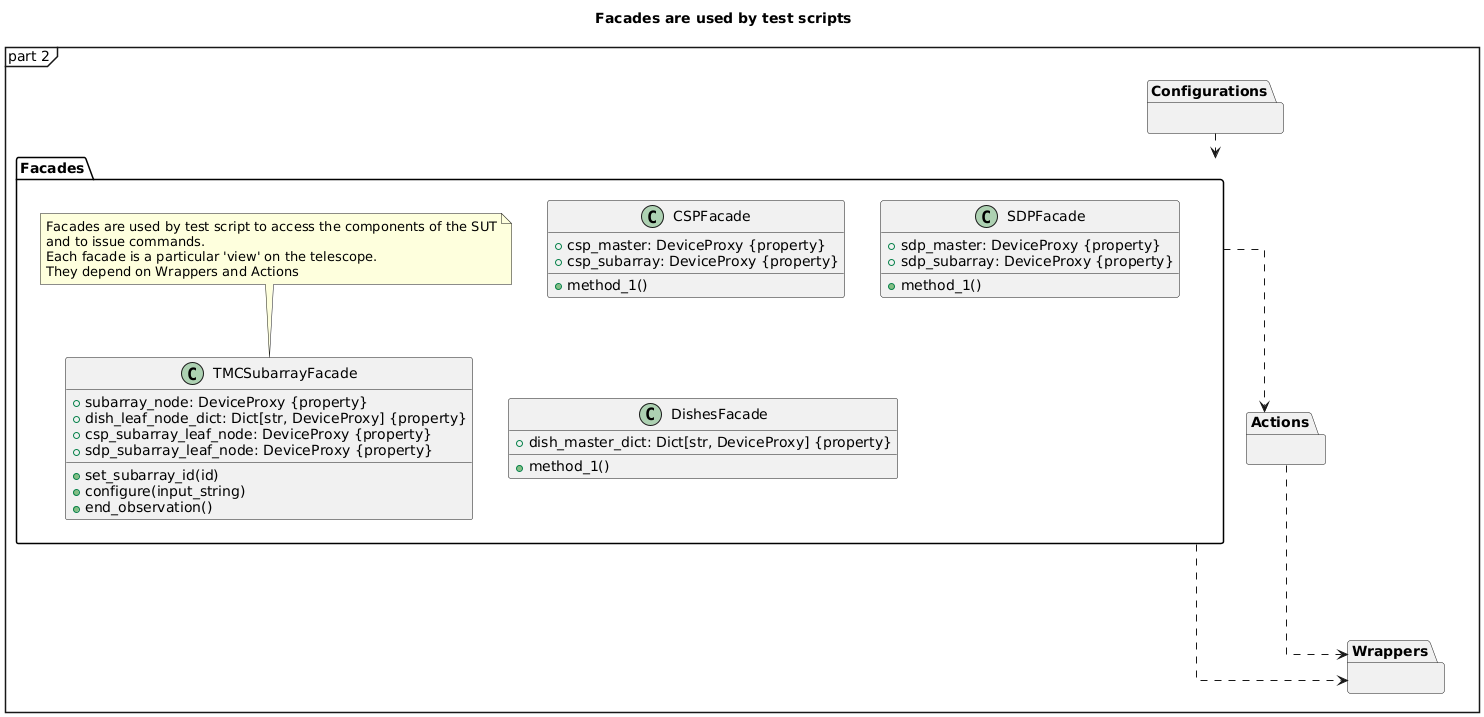
The PlantUML diagram src/ska_integration_test_harness/architecture-facades.png in ska-telescope/ska-integration-test-harness, before a commit.
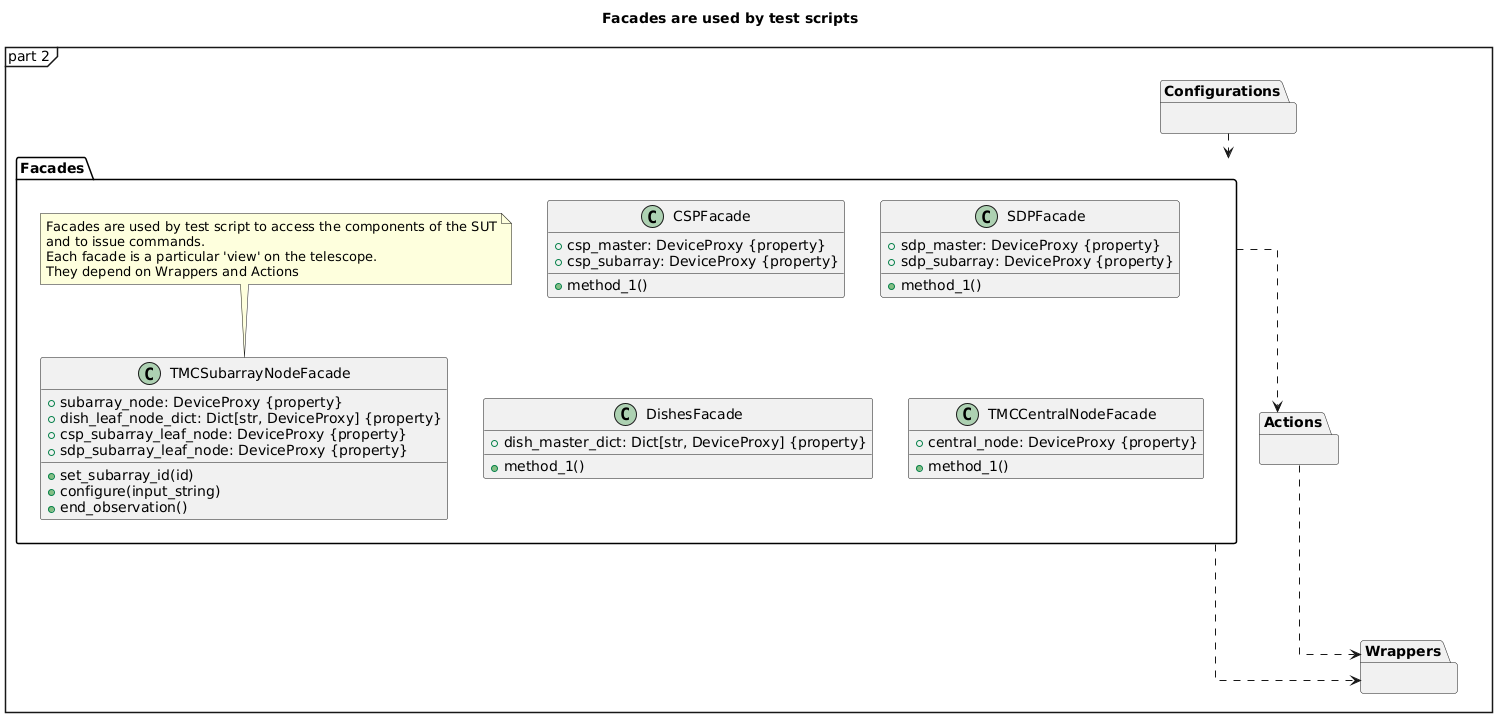
Above is the later version.

The edit, as a diff of the source:
```diff
@@ -11,7 +11,7 @@
 
 
 package "Facades" {
-    class TMCSubarrayFacade {
+    class TMCSubarrayNodeFacade {
         + subarray_node: DeviceProxy {property}
         + dish_leaf_node_dict: Dict[str, DeviceProxy] {property}
         + csp_subarray_leaf_node: DeviceProxy {property}
@@ -44,6 +44,11 @@
         + dish_master_dict: Dict[str, DeviceProxy] {property}
         + method_1()
     }
+
+    class TMCCentralNodeFacade {
+        + central_node: DeviceProxy {property}
+        + method_1()
+    }
 }
 
 
```
